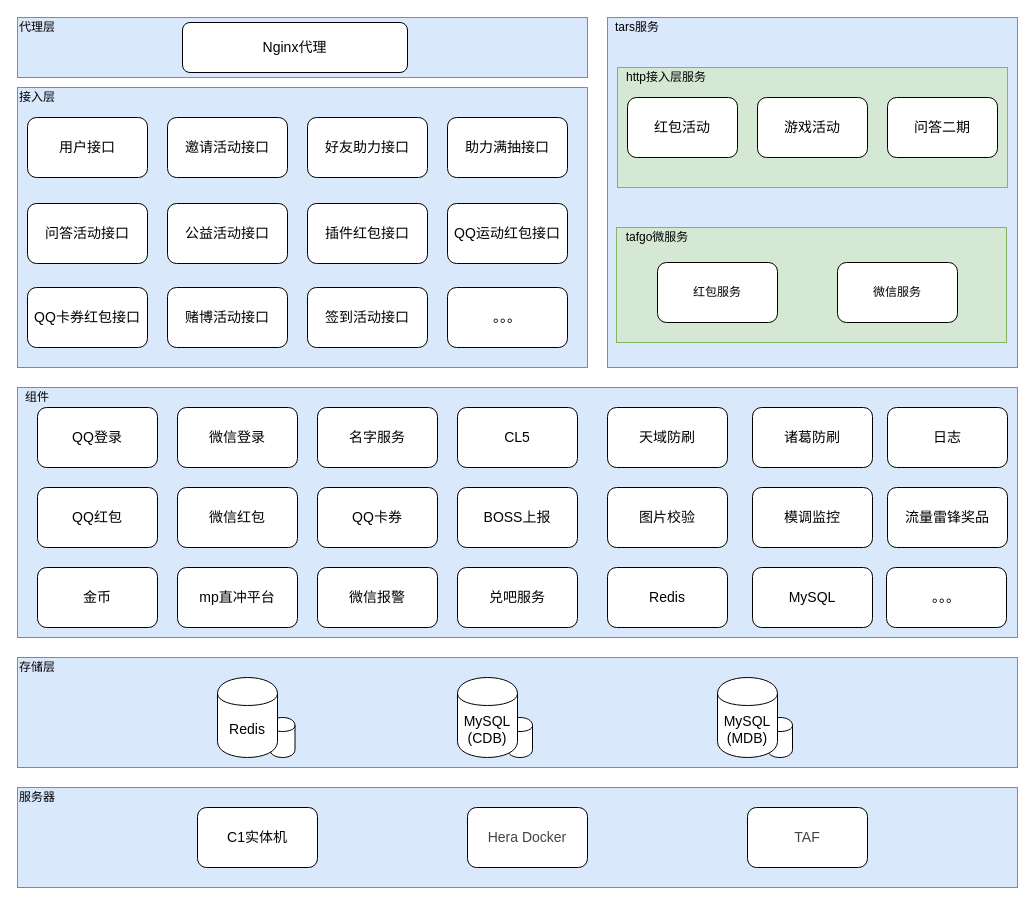
The draw.io diagram 2019架构图.drawio in SaturnRings/draw, before the edit. Source tidied: cells renumbered, new cells numbered last; positions are measured from the earlier drawing's top-left corner, leaving out a move shared by most shapes. Both pictures are drawn from the tidied source at 100%, with x=0, y=0 at pixel (17, 17).
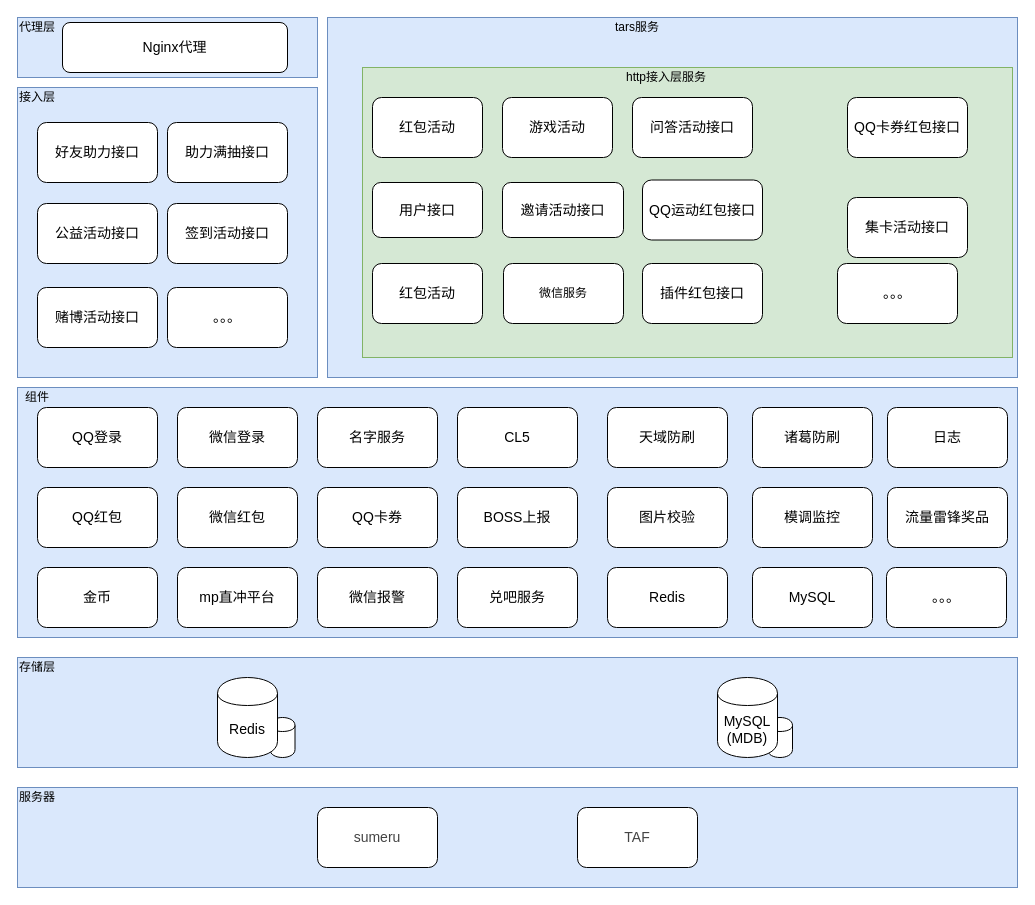
The same page after the edit.

What changed in the source:
```diff
@@
+    <mxCell id="21" style="rounded=0;whiteSpace=wrap;html=1;fillColor=#dae8fc;strokeColor=#6c8ebf;" parent="1" vertex="1">
+      <mxGeometry x="310" width="690" height="360" as="geometry" />
+    </mxCell>
+    <mxCell id="23" style="rounded=0;whiteSpace=wrap;html=1;fillColor=#d5e8d4;strokeColor=#82b366;" parent="1" vertex="1">
+      <mxGeometry x="345" y="50" width="650" height="290" as="geometry" />
+    </mxCell>
@@
-    <mxCell id="4" style="shape=cylinder;whiteSpace=wrap;html=1;boundedLbl=1;backgroundOutline=1;" parent="1" vertex="1">
-      <mxGeometry x="490" y="700" width="25" height="40" as="geometry" />
-    </mxCell>
@@
     <mxCell id="7" value="&lt;br&gt;&lt;br&gt;" style="rounded=0;whiteSpace=wrap;html=1;fillColor=#dae8fc;strokeColor=#6c8ebf;" parent="1" vertex="1">
-      <mxGeometry y="70" width="570" height="280" as="geometry" />
+      <mxGeometry y="70" width="300" height="290" as="geometry" />
     </mxCell>
     <mxCell id="8" value="&lt;span style=&quot;font-size: 14px&quot;&gt;用户接口&lt;/span&gt;" style="rounded=1;whiteSpace=wrap;html=1;" parent="1" vertex="1">
-      <mxGeometry x="10" y="100" width="120" height="60" as="geometry" />
+      <mxGeometry x="355" y="165" width="110" height="55" as="geometry" />
     </mxCell>
     <mxCell id="9" value="&lt;font style=&quot;font-size: 14px&quot;&gt;邀请活动接口&lt;/font&gt;" style="rounded=1;whiteSpace=wrap;html=1;" parent="1" vertex="1">
-      <mxGeometry x="150" y="100" width="120" height="60" as="geometry" />
+      <mxGeometry x="485" y="165" width="121" height="55" as="geometry" />
     </mxCell>
     <mxCell id="10" value="&lt;font style=&quot;font-size: 14px&quot;&gt;好友助力接口&lt;/font&gt;" style="rounded=1;whiteSpace=wrap;html=1;" parent="1" vertex="1">
-      <mxGeometry x="290" y="100" width="120" height="60" as="geometry" />
+      <mxGeometry x="20" y="105" width="120" height="60" as="geometry" />
     </mxCell>
     <mxCell id="11" value="&lt;font style=&quot;font-size: 14px&quot;&gt;助力满抽接口&lt;/font&gt;" style="rounded=1;whiteSpace=wrap;html=1;" parent="1" vertex="1">
-      <mxGeometry x="430" y="100" width="120" height="60" as="geometry" />
+      <mxGeometry x="150" y="105" width="120" height="60" as="geometry" />
     </mxCell>
-    <mxCell id="12" value="&lt;font style=&quot;font-size: 14px&quot;&gt;问答活动接口&lt;/font&gt;" style="rounded=1;whiteSpace=wrap;html=1;" parent="1" vertex="1">
-      <mxGeometry x="10" y="186" width="120" height="60" as="geometry" />
+    <mxCell id="12" value="&lt;font style=&quot;font-size: 14px&quot;&gt;问答活动接口&lt;/font&gt;" style="rounded=1;whiteSpace=wrap;html=1;verticalAlign=middle;flipH=0;flipV=1;" parent="1" vertex="1">
+      <mxGeometry x="615" y="80" width="120" height="60" as="geometry" />
     </mxCell>
     <mxCell id="13" value="&lt;font style=&quot;font-size: 14px&quot;&gt;公益活动接口&lt;/font&gt;" style="rounded=1;whiteSpace=wrap;html=1;" parent="1" vertex="1">
-      <mxGeometry x="150" y="186" width="120" height="60" as="geometry" />
+      <mxGeometry x="20" y="186" width="120" height="60" as="geometry" />
     </mxCell>
     <mxCell id="14" value="&lt;font style=&quot;font-size: 14px&quot;&gt;插件红包接口&lt;/font&gt;" style="rounded=1;whiteSpace=wrap;html=1;" parent="1" vertex="1">
-      <mxGeometry x="290" y="186" width="120" height="60" as="geometry" />
+      <mxGeometry x="625" y="246" width="120" height="60" as="geometry" />
     </mxCell>
     <mxCell id="15" value="&lt;font style=&quot;font-size: 14px&quot;&gt;QQ运动红包接口&lt;/font&gt;" style="rounded=1;whiteSpace=wrap;html=1;" parent="1" vertex="1">
-      <mxGeometry x="430" y="186" width="120" height="60" as="geometry" />
+      <mxGeometry x="625" y="162.5" width="120" height="60" as="geometry" />
     </mxCell>
-    <mxCell id="16" value="&lt;font style=&quot;font-size: 14px&quot;&gt;QQ卡券红包接口&lt;/font&gt;" style="rounded=1;whiteSpace=wrap;html=1;" parent="1" vertex="1">
-      <mxGeometry x="10" y="270" width="120" height="60" as="geometry" />
+    <mxCell id="16" value="&lt;font style=&quot;font-size: 14px&quot;&gt;QQ卡券红包接口&lt;/font&gt;" style="rounded=1;whiteSpace=wrap;html=1;verticalAlign=middle;flipH=0;flipV=1;" parent="1" vertex="1">
+      <mxGeometry x="830" y="80" width="120" height="60" as="geometry" />
     </mxCell>
     <mxCell id="17" value="&lt;font style=&quot;font-size: 14px&quot;&gt;赌博活动接口&lt;/font&gt;" style="rounded=1;whiteSpace=wrap;html=1;" parent="1" vertex="1">
-      <mxGeometry x="150" y="270" width="120" height="60" as="geometry" />
+      <mxGeometry x="20" y="270" width="120" height="60" as="geometry" />
     </mxCell>
     <mxCell id="18" value="&lt;font style=&quot;font-size: 14px&quot;&gt;签到活动接口&lt;/font&gt;" style="rounded=1;whiteSpace=wrap;html=1;" parent="1" vertex="1">
-      <mxGeometry x="290" y="270" width="120" height="60" as="geometry" />
+      <mxGeometry x="150" y="186" width="120" height="60" as="geometry" />
     </mxCell>
     <mxCell id="19" value="&lt;font style=&quot;font-size: 14px&quot;&gt;。。。&lt;/font&gt;" style="rounded=1;whiteSpace=wrap;html=1;" parent="1" vertex="1">
-      <mxGeometry x="430" y="270" width="120" height="60" as="geometry" />
+      <mxGeometry x="150" y="270" width="120" height="60" as="geometry" />
     </mxCell>
@@
-    <mxCell id="21" style="rounded=0;whiteSpace=wrap;html=1;fillColor=#dae8fc;strokeColor=#6c8ebf;" parent="1" vertex="1">
-      <mxGeometry x="590" width="410" height="350" as="geometry" />
-    </mxCell>
@@
-    <mxCell id="23" style="rounded=0;whiteSpace=wrap;html=1;fillColor=#d5e8d4;strokeColor=#82b366;" parent="1" vertex="1">
-      <mxGeometry x="600" y="50" width="390" height="120" as="geometry" />
-    </mxCell>
-    <mxCell id="24" style="rounded=0;whiteSpace=wrap;html=1;fillColor=#d5e8d4;strokeColor=#82b366;" parent="1" vertex="1">
-      <mxGeometry x="599" y="210" width="390" height="115" as="geometry" />
-    </mxCell>
@@
-    <mxCell id="26" value="&lt;font style=&quot;font-size: 14px&quot;&gt;红包活动&lt;br&gt;&lt;/font&gt;" style="rounded=1;whiteSpace=wrap;html=1;" parent="1" vertex="1">
-      <mxGeometry x="610" y="80" width="110" height="60" as="geometry" />
+    <mxCell id="26" value="&lt;font style=&quot;font-size: 14px&quot;&gt;红包活动&lt;br&gt;&lt;/font&gt;" style="rounded=1;whiteSpace=wrap;html=1;verticalAlign=middle;flipH=0;flipV=1;" parent="1" vertex="1">
+      <mxGeometry x="355" y="80" width="110" height="60" as="geometry" />
     </mxCell>
-    <mxCell id="27" value="&lt;font style=&quot;font-size: 14px&quot;&gt;游戏活动&lt;br&gt;&lt;/font&gt;" style="rounded=1;whiteSpace=wrap;html=1;" parent="1" vertex="1">
-      <mxGeometry x="740" y="80" width="110" height="60" as="geometry" />
+    <mxCell id="27" value="&lt;font style=&quot;font-size: 14px&quot;&gt;游戏活动&lt;br&gt;&lt;/font&gt;" style="rounded=1;whiteSpace=wrap;html=1;verticalAlign=middle;flipH=0;flipV=1;" parent="1" vertex="1">
+      <mxGeometry x="485" y="80" width="110" height="60" as="geometry" />
     </mxCell>
-    <mxCell id="28" value="&lt;font style=&quot;font-size: 14px&quot;&gt;问答二期&lt;br&gt;&lt;/font&gt;" style="rounded=1;whiteSpace=wrap;html=1;" parent="1" vertex="1">
-      <mxGeometry x="870" y="80" width="110" height="60" as="geometry" />
-    </mxCell>
-    <mxCell id="29" value="tafgo微服务" style="text;html=1;strokeColor=none;fillColor=none;align=center;verticalAlign=middle;whiteSpace=wrap;rounded=0;" parent="1" vertex="1">
-      <mxGeometry x="605" y="210" width="70" height="20" as="geometry" />
-    </mxCell>
-    <mxCell id="30" value="红包服务" style="rounded=1;whiteSpace=wrap;html=1;" parent="1" vertex="1">
-      <mxGeometry x="640" y="245" width="120" height="60" as="geometry" />
-    </mxCell>
     <mxCell id="31" value="微信服务" style="rounded=1;whiteSpace=wrap;html=1;" parent="1" vertex="1">
-      <mxGeometry x="820" y="245" width="120" height="60" as="geometry" />
+      <mxGeometry x="486" y="246" width="120" height="60" as="geometry" />
     </mxCell>
@@
-    <mxCell id="56" value="&lt;font style=&quot;font-size: 14px&quot;&gt;MySQL&lt;br&gt;(CDB)&lt;br&gt;&lt;/font&gt;" style="shape=cylinder;whiteSpace=wrap;html=1;boundedLbl=1;backgroundOutline=1;" parent="1" vertex="1">
-      <mxGeometry x="440" y="660" width="60" height="80" as="geometry" />
-    </mxCell>
@@
-    <mxCell id="60" value="&lt;font style=&quot;font-size: 14px&quot;&gt;C1实体机&lt;/font&gt;" style="rounded=1;whiteSpace=wrap;html=1;" parent="1" vertex="1">
-      <mxGeometry x="180" y="790" width="120" height="60" as="geometry" />
-    </mxCell>
-    <mxCell id="61" value="&lt;span style=&quot;color: rgb(68 , 68 , 68) ; text-align: left ; background-color: rgb(255 , 255 , 255)&quot;&gt;&lt;font style=&quot;font-size: 14px&quot;&gt;Hera Docker&lt;/font&gt;&lt;/span&gt;" style="rounded=1;whiteSpace=wrap;html=1;" parent="1" vertex="1">
-      <mxGeometry x="450" y="790" width="120" height="60" as="geometry" />
+    <mxCell id="61" value="&lt;span style=&quot;color: rgb(68 , 68 , 68) ; text-align: left ; background-color: rgb(255 , 255 , 255)&quot;&gt;&lt;font style=&quot;font-size: 14px&quot;&gt;sumeru&lt;/font&gt;&lt;/span&gt;" style="rounded=1;whiteSpace=wrap;html=1;" parent="1" vertex="1">
+      <mxGeometry x="300" y="790" width="120" height="60" as="geometry" />
     </mxCell>
     <mxCell id="62" value="&lt;span style=&quot;color: rgb(68 , 68 , 68) ; text-align: left ; background-color: rgb(255 , 255 , 255)&quot;&gt;&lt;font style=&quot;font-size: 14px&quot;&gt;TAF&lt;/font&gt;&lt;/span&gt;" style="rounded=1;whiteSpace=wrap;html=1;" parent="1" vertex="1">
-      <mxGeometry x="730" y="790" width="120" height="60" as="geometry" />
+      <mxGeometry x="560" y="790" width="120" height="60" as="geometry" />
     </mxCell>
     <mxCell id="63" style="rounded=0;whiteSpace=wrap;html=1;fillColor=#dae8fc;strokeColor=#6c8ebf;" parent="1" vertex="1">
-      <mxGeometry width="570" height="60" as="geometry" />
+      <mxGeometry width="300" height="60" as="geometry" />
     </mxCell>
@@
     <mxCell id="65" value="&lt;font style=&quot;font-size: 14px&quot;&gt;Nginx代理&lt;/font&gt;" style="rounded=1;whiteSpace=wrap;html=1;" parent="1" vertex="1">
-      <mxGeometry x="165" y="5" width="225" height="50" as="geometry" />
+      <mxGeometry x="45" y="5" width="225" height="50" as="geometry" />
     </mxCell>
+    <mxCell id="66" value="&lt;font style=&quot;font-size: 14px&quot;&gt;红包活动&lt;br&gt;&lt;/font&gt;" style="rounded=1;whiteSpace=wrap;html=1;" parent="1" vertex="1">
+      <mxGeometry x="355" y="246" width="110" height="60" as="geometry" />
+    </mxCell>
+    <mxCell id="67" value="&lt;span style=&quot;font-size: 14px&quot;&gt;集卡活动接口&lt;/span&gt;" style="rounded=1;whiteSpace=wrap;html=1;" parent="1" vertex="1">
+      <mxGeometry x="830" y="180" width="120" height="60" as="geometry" />
+    </mxCell>
+    <mxCell id="68" value="&lt;span style=&quot;font-size: 14px&quot;&gt;。。。&lt;/span&gt;" style="rounded=1;whiteSpace=wrap;html=1;" parent="1" vertex="1">
+      <mxGeometry x="820" y="246" width="120" height="60" as="geometry" />
+    </mxCell>
```
